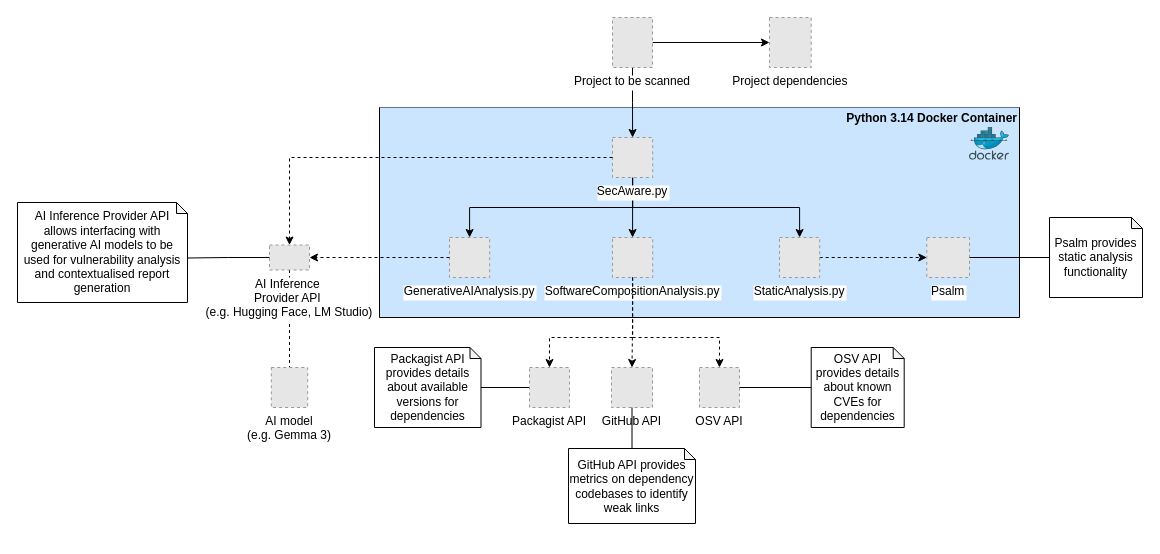
AlexWinder/SecAware keeps this draw.io diagram as docs/SecAware.drawio. Above is the earlier version. Source tidied: cells renumbered, new cells numbered last; positions are measured from the earlier drawing's top-left corner, leaving out a move shared by most shapes. Both pictures are drawn from the tidied source at 100%, with x=0, y=0 at pixel (17, 17). Pictures stored in the file or linked from it are replaced by grey dashed boxes.
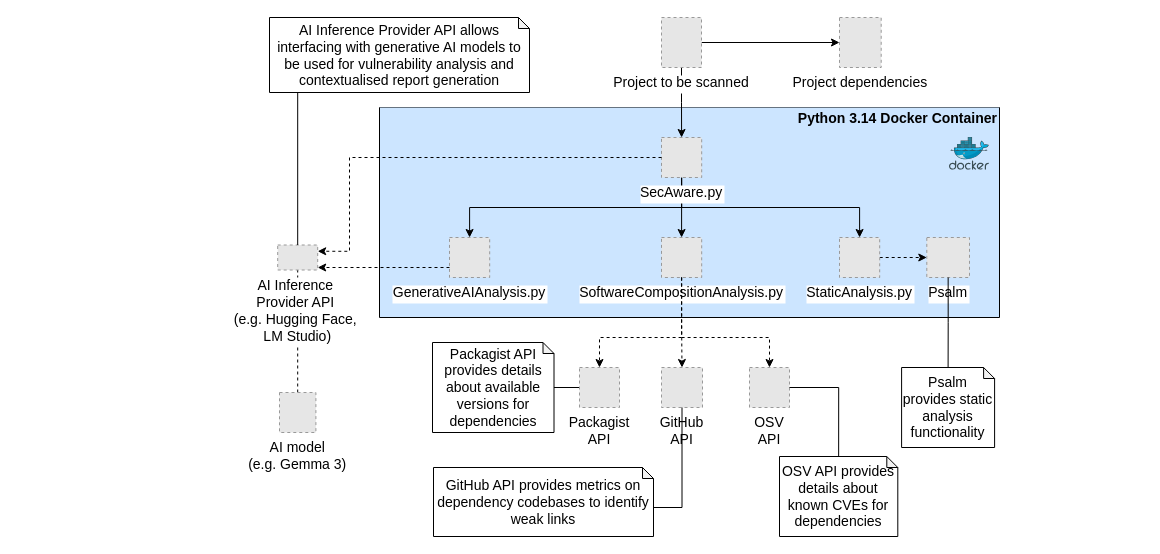
The same page after the edit.

Commit message (it also covers changes not shown here):
Adjusted architecture diagram to make text larger and more vertical

What changed in the source:
```diff
@@
+    <mxCell id="38" style="edgeStyle=orthogonalEdgeStyle;rounded=0;jettySize=auto;html=1;exitX=0.5;exitY=0;exitDx=0;exitDy=0;entryX=0.5;entryY=1;entryDx=0;entryDy=0;endArrow=none;endFill=0;dashed=1;" parent="1" edge="1" source="37" target="31">
+      <mxGeometry relative="1" as="geometry" />
+    </mxCell>
-    <mxCell id="2" value="Python 3.14 Docker Container" style="swimlane;startSize=0;spacingTop=20;align=right;fillStyle=solid;strokeColor=default;gradientColor=default;swimlaneFillColor=#CCE5FF;" parent="1" vertex="1">
-      <mxGeometry x="362" y="90" width="640" height="210" as="geometry" />
+    <mxCell id="2" value="Python 3.14 Docker Container" style="swimlane;startSize=0;spacingTop=20;align=right;fillStyle=solid;strokeColor=default;gradientColor=default;swimlaneFillColor=#CCE5FF;fontSize=14;" parent="1" vertex="1">
+      <mxGeometry x="362" y="90" width="620" height="210" as="geometry" />
     </mxCell>
     <mxCell id="3" style="image;sketch=0;html=1;align=center;fontSize=12;image=img/lib/mscae/Docker.svg;" parent="2" vertex="1">
-      <mxGeometry x="590" y="20" width="40" height="32.8" as="geometry" />
+      <mxGeometry x="570" y="30" width="40" height="32.8" as="geometry" />
     </mxCell>
@@
-    <mxCell id="7" value="SecAware.py" style="fillColor=#E6E6E6;strokeColor=#999999;dashed=1;verticalLabelPosition=bottom;labelBackgroundColor=default;verticalAlign=top;" parent="2" vertex="1">
-      <mxGeometry x="233" y="30" width="40.2" height="40" as="geometry" />
+    <mxCell id="7" value="SecAware.py" style="fillColor=#E6E6E6;strokeColor=#999999;dashed=1;verticalLabelPosition=bottom;labelBackgroundColor=default;verticalAlign=top;fontSize=14;" parent="2" vertex="1">
+      <mxGeometry x="282" y="30" width="40.2" height="40" as="geometry" />
     </mxCell>
-    <mxCell id="8" value="GenerativeAIAnalysis.py" style="fillColor=#E6E6E6;strokeColor=#999999;dashed=1;verticalLabelPosition=bottom;labelBackgroundColor=default;verticalAlign=top;" parent="2" vertex="1">
+    <mxCell id="8" value="GenerativeAIAnalysis.py" style="fillColor=#E6E6E6;strokeColor=#999999;dashed=1;verticalLabelPosition=bottom;labelBackgroundColor=default;verticalAlign=top;fontSize=14;" parent="2" vertex="1">
       <mxGeometry x="70" y="130" width="40.2" height="40" as="geometry" />
     </mxCell>
-    <mxCell id="9" value="SoftwareCompositionAnalysis.py" style="fillColor=#E6E6E6;strokeColor=#999999;dashed=1;verticalLabelPosition=bottom;labelBackgroundColor=default;verticalAlign=top;" parent="2" vertex="1">
-      <mxGeometry x="233" y="130" width="40.2" height="40" as="geometry" />
+    <mxCell id="9" value="SoftwareCompositionAnalysis.py" style="fillColor=#E6E6E6;strokeColor=#999999;dashed=1;verticalLabelPosition=bottom;labelBackgroundColor=default;verticalAlign=top;fontSize=14;" parent="2" vertex="1">
+      <mxGeometry x="282" y="130" width="40.2" height="40" as="geometry" />
     </mxCell>
@@
-    <mxCell id="11" value="StaticAnalysis.py" style="fillColor=#E6E6E6;strokeColor=#999999;dashed=1;verticalLabelPosition=bottom;labelBackgroundColor=default;verticalAlign=top;" parent="2" vertex="1">
-      <mxGeometry x="400" y="130" width="40.2" height="40" as="geometry" />
+    <mxCell id="11" value="StaticAnalysis.py" style="fillColor=#E6E6E6;strokeColor=#999999;dashed=1;verticalLabelPosition=bottom;labelBackgroundColor=default;verticalAlign=top;fontSize=14;" parent="2" vertex="1">
+      <mxGeometry x="460" y="130" width="40.2" height="40" as="geometry" />
     </mxCell>
-    <mxCell id="12" value="Psalm" style="fillColor=#E6E6E6;strokeColor=#999999;dashed=1;verticalLabelPosition=bottom;labelBackgroundColor=default;verticalAlign=top;" parent="2" vertex="1">
+    <mxCell id="12" value="Psalm" style="fillColor=#E6E6E6;strokeColor=#999999;dashed=1;verticalLabelPosition=bottom;labelBackgroundColor=default;verticalAlign=top;fontSize=14;labelPosition=center;align=center;" parent="2" vertex="1">
       <mxGeometry x="547.3" y="130" width="42.7" height="40" as="geometry" />
     </mxCell>
+    <mxCell id="25" style="edgeStyle=orthogonalEdgeStyle;rounded=0;jettySize=auto;html=1;exitX=0.5;exitY=1;exitDx=0;exitDy=0;entryX=0.5;entryY=0;entryDx=0;entryDy=0;entryPerimeter=0;endArrow=none;endFill=0;" parent="1" edge="1" source="12" target="24">
+      <mxGeometry relative="1" as="geometry" />
+    </mxCell>
+    <mxCell id="18" style="edgeStyle=orthogonalEdgeStyle;rounded=0;jettySize=auto;html=1;exitX=0.5;exitY=1;exitDx=0;exitDy=0;entryX=0.5;entryY=0;entryDx=0;entryDy=0;dashed=1;" parent="1" edge="1" source="9" target="17">
+      <mxGeometry relative="1" as="geometry" />
+    </mxCell>
@@
-    <mxCell id="15" value="Project to be scanned" style="fillColor=#E6E6E6;strokeColor=#999999;dashed=1;verticalLabelPosition=bottom;labelBackgroundColor=default;verticalAlign=top;" parent="1" vertex="1">
-      <mxGeometry x="595" width="40" height="50" as="geometry" />
+    <mxCell id="15" value="Project to be scanned" style="fillColor=#E6E6E6;strokeColor=#999999;dashed=1;verticalLabelPosition=bottom;labelBackgroundColor=default;verticalAlign=top;fontSize=14;" parent="1" vertex="1">
+      <mxGeometry x="644" width="40" height="50" as="geometry" />
     </mxCell>
-    <mxCell id="16" value="Project dependencies" style="fillColor=#E6E6E6;strokeColor=#999999;dashed=1;verticalLabelPosition=bottom;labelBackgroundColor=default;verticalAlign=top;" parent="1" vertex="1">
-      <mxGeometry x="752" width="41.7" height="50" as="geometry" />
+    <mxCell id="16" value="Project dependencies" style="fillColor=#E6E6E6;strokeColor=#999999;dashed=1;verticalLabelPosition=bottom;labelBackgroundColor=default;verticalAlign=top;fontSize=14;" parent="1" vertex="1">
+      <mxGeometry x="822" width="41.7" height="50" as="geometry" />
     </mxCell>
-    <mxCell id="17" value="GitHub API" style="fillColor=#E6E6E6;strokeColor=#999999;dashed=1;verticalLabelPosition=bottom;labelBackgroundColor=default;verticalAlign=top;" parent="1" vertex="1">
-      <mxGeometry x="594" y="350" width="41" height="40" as="geometry" />
+    <mxCell id="17" value="GitHub&#10;API" style="fillColor=#E6E6E6;strokeColor=#999999;dashed=1;verticalLabelPosition=bottom;labelBackgroundColor=default;verticalAlign=top;fontSize=14;labelPosition=center;align=center;" parent="1" vertex="1">
+      <mxGeometry x="644" y="350" width="41" height="40" as="geometry" />
     </mxCell>
-    <mxCell id="18" style="edgeStyle=orthogonalEdgeStyle;rounded=0;jettySize=auto;html=1;exitX=0.5;exitY=1;exitDx=0;exitDy=0;entryX=0.5;entryY=0;entryDx=0;entryDy=0;dashed=1;" parent="1" edge="1" source="9" target="17">
-      <mxGeometry relative="1" as="geometry" />
-    </mxCell>
@@
-    <mxCell id="20" value="Packagist API" style="fillColor=#E6E6E6;strokeColor=#999999;dashed=1;verticalLabelPosition=bottom;labelBackgroundColor=default;verticalAlign=top;" parent="1" vertex="1">
-      <mxGeometry x="512" y="350" width="40" height="40" as="geometry" />
+    <mxCell id="20" value="Packagist&#10;API" style="fillColor=#E6E6E6;strokeColor=#999999;dashed=1;verticalLabelPosition=bottom;labelBackgroundColor=default;verticalAlign=top;fontSize=14;" parent="1" vertex="1">
+      <mxGeometry x="562" y="350" width="40" height="40" as="geometry" />
     </mxCell>
-    <mxCell id="21" style="edgeStyle=orthogonalEdgeStyle;rounded=0;jettySize=auto;html=1;exitX=0.5;exitY=1;exitDx=0;exitDy=0;entryX=0.5;entryY=0;entryDx=0;entryDy=0;dashed=1;" parent="1" edge="1" source="9" target="20">
-      <mxGeometry relative="1" as="geometry">
-        <Array as="points">
-          <mxPoint x="615" y="320" />
-          <mxPoint x="532" y="320" />
-        </Array>
-      </mxGeometry>
-    </mxCell>
-    <mxCell id="22" value="OSV API" style="fillColor=#E6E6E6;strokeColor=#999999;dashed=1;verticalLabelPosition=bottom;labelBackgroundColor=default;verticalAlign=top;" parent="1" vertex="1">
-      <mxGeometry x="682" y="350" width="40" height="40" as="geometry" />
+    <mxCell id="22" value="OSV&#10;API" style="fillColor=#E6E6E6;strokeColor=#999999;dashed=1;verticalLabelPosition=bottom;labelBackgroundColor=default;verticalAlign=top;fontSize=14;" parent="1" vertex="1">
+      <mxGeometry x="732" y="350" width="40" height="40" as="geometry" />
     </mxCell>
-    <mxCell id="23" style="edgeStyle=orthogonalEdgeStyle;rounded=0;jettySize=auto;html=1;exitX=0.5;exitY=1;exitDx=0;exitDy=0;entryX=0.5;entryY=0;entryDx=0;entryDy=0;dashed=1;" parent="1" edge="1" source="9" target="22">
-      <mxGeometry relative="1" as="geometry">
-        <Array as="points">
-          <mxPoint x="615" y="320" />
-          <mxPoint x="702" y="320" />
-        </Array>
-      </mxGeometry>
-    </mxCell>
-    <mxCell id="24" value="Psalm provides static analysis functionality" style="shape=note;whiteSpace=wrap;html=1;backgroundOutline=1;darkOpacity=0.05;size=11;" parent="1" vertex="1">
-      <mxGeometry x="1032" y="200" width="93" height="80" as="geometry" />
+    <mxCell id="24" value="Psalm provides static analysis functionality" style="shape=note;whiteSpace=wrap;html=1;backgroundOutline=1;darkOpacity=0.05;size=11;fontSize=14;" parent="1" vertex="1">
+      <mxGeometry x="884.1" y="350" width="93" height="80" as="geometry" />
     </mxCell>
-    <mxCell id="25" style="edgeStyle=orthogonalEdgeStyle;rounded=0;jettySize=auto;html=1;exitX=1;exitY=0.5;exitDx=0;exitDy=0;entryX=0;entryY=0.5;entryDx=0;entryDy=0;entryPerimeter=0;endArrow=none;endFill=0;" parent="1" edge="1" source="12" target="24">
-      <mxGeometry relative="1" as="geometry" />
-    </mxCell>
-    <mxCell id="26" value="OSV API provides details about known CVEs for dependencies" style="shape=note;whiteSpace=wrap;html=1;backgroundOutline=1;darkOpacity=0.05;size=11;" parent="1" vertex="1">
-      <mxGeometry x="793.7" y="330" width="93" height="80" as="geometry" />
+    <mxCell id="26" value="OSV API provides details about known CVEs for dependencies" style="shape=note;whiteSpace=wrap;html=1;backgroundOutline=1;darkOpacity=0.05;size=11;fontSize=14;" parent="1" vertex="1">
+      <mxGeometry x="762" y="439" width="118.3" height="80" as="geometry" />
     </mxCell>
-    <mxCell id="27" style="edgeStyle=orthogonalEdgeStyle;rounded=0;jettySize=auto;html=1;exitX=1;exitY=0.5;exitDx=0;exitDy=0;entryX=0;entryY=0.5;entryDx=0;entryDy=0;entryPerimeter=0;endArrow=none;endFill=0;" parent="1" edge="1" source="22" target="26">
-      <mxGeometry relative="1" as="geometry" />
-    </mxCell>
-    <mxCell id="28" value="Packagist API provides details about available versions for dependencies" style="shape=note;whiteSpace=wrap;html=1;backgroundOutline=1;darkOpacity=0.05;size=11;" parent="1" vertex="1">
-      <mxGeometry x="357" y="330" width="106.5" height="80" as="geometry" />
+    <mxCell id="28" value="Packagist API provides details about available versions for dependencies" style="shape=note;whiteSpace=wrap;html=1;backgroundOutline=1;darkOpacity=0.05;size=11;fontSize=14;" parent="1" vertex="1">
+      <mxGeometry x="415" y="325" width="121.5" height="90" as="geometry" />
     </mxCell>
-    <mxCell id="29" value="GitHub API provides metrics on dependency codebases to identify weak links" style="shape=note;whiteSpace=wrap;html=1;backgroundOutline=1;darkOpacity=0.05;size=11;" parent="1" vertex="1">
-      <mxGeometry x="551" y="431" width="127" height="75" as="geometry" />
+    <mxCell id="29" value="GitHub API provides metrics on dependency codebases to identify weak links" style="shape=note;whiteSpace=wrap;html=1;backgroundOutline=1;darkOpacity=0.05;size=11;fontSize=14;" parent="1" vertex="1">
+      <mxGeometry x="416" y="450" width="220" height="69" as="geometry" />
     </mxCell>
-    <mxCell id="30" style="edgeStyle=orthogonalEdgeStyle;rounded=0;jettySize=auto;html=1;exitX=0.5;exitY=1;exitDx=0;exitDy=0;endArrow=none;endFill=0;dashed=1;" parent="1" edge="1" source="31" target="37">
-      <mxGeometry relative="1" as="geometry" />
-    </mxCell>
-    <mxCell id="31" value="AI Inference &#10;Provider API &#10;(e.g. Hugging Face, LM Studio)" style="fillColor=#E6E6E6;strokeColor=#999999;dashed=1;verticalLabelPosition=bottom;labelBackgroundColor=default;verticalAlign=top;" parent="1" vertex="1">
-      <mxGeometry x="252" y="227.5" width="40" height="25" as="geometry" />
+    <mxCell id="31" value="AI Inference &#10;Provider API &#10;(e.g. Hugging Face, &#10;LM Studio)" style="fillColor=#E6E6E6;strokeColor=#999999;dashed=1;verticalLabelPosition=bottom;labelBackgroundColor=default;verticalAlign=top;fontSize=14;" parent="1" vertex="1">
+      <mxGeometry x="260.2" y="227.5" width="40" height="25" as="geometry" />
     </mxCell>
+    <mxCell id="39" style="edgeStyle=orthogonalEdgeStyle;rounded=0;jettySize=auto;html=1;exitX=0.5;exitY=1;exitDx=0;exitDy=0;exitPerimeter=0;entryX=0.5;entryY=0;entryDx=0;entryDy=0;endArrow=none;endFill=0;" parent="1" edge="1" source="34" target="31">
+      <mxGeometry relative="1" as="geometry">
+        <Array as="points">
+          <mxPoint x="280" y="75" />
+        </Array>
+      </mxGeometry>
+    </mxCell>
+    <mxCell id="34" value="AI Inference Provider API allows interfacing with generative AI models to be used for vulnerability analysis and contextualised report generation" style="shape=note;whiteSpace=wrap;html=1;backgroundOutline=1;darkOpacity=0.05;size=11;fontSize=14;" parent="1" vertex="1">
+      <mxGeometry x="252" width="260" height="75" as="geometry" />
+    </mxCell>
+    <mxCell id="37" value="AI model&#10;(e.g. Gemma 3)" style="fillColor=#E6E6E6;strokeColor=#999999;dashed=1;verticalLabelPosition=bottom;labelBackgroundColor=default;verticalAlign=top;fontSize=14;labelPosition=center;align=center;" parent="1" vertex="1">
+      <mxGeometry x="262" y="375" width="36.4" height="40" as="geometry" />
+    </mxCell>
+    <mxCell id="21" style="edgeStyle=orthogonalEdgeStyle;rounded=0;jettySize=auto;html=1;exitX=0.5;exitY=1;exitDx=0;exitDy=0;entryX=0.5;entryY=0;entryDx=0;entryDy=0;dashed=1;" parent="1" edge="1" source="9" target="20">
+      <mxGeometry relative="1" as="geometry">
+        <Array as="points">
+          <mxPoint x="664" y="320" />
+          <mxPoint x="582" y="320" />
+        </Array>
+      </mxGeometry>
+    </mxCell>
+    <mxCell id="23" style="edgeStyle=orthogonalEdgeStyle;rounded=0;jettySize=auto;html=1;exitX=0.5;exitY=1;exitDx=0;exitDy=0;entryX=0.5;entryY=0;entryDx=0;entryDy=0;dashed=1;" parent="1" edge="1" source="9" target="22">
+      <mxGeometry relative="1" as="geometry">
+        <Array as="points">
+          <mxPoint x="664" y="320" />
+          <mxPoint x="752" y="320" />
+        </Array>
+      </mxGeometry>
+    </mxCell>
+    <mxCell id="35" style="edgeStyle=orthogonalEdgeStyle;rounded=0;jettySize=auto;html=1;exitX=0.5;exitY=1;exitDx=0;exitDy=0;entryX=0;entryY=0;entryDx=220;entryDy=40;entryPerimeter=0;endArrow=none;endFill=0;" parent="1" edge="1" source="17" target="29">
+      <mxGeometry relative="1" as="geometry" />
+    </mxCell>
+    <mxCell id="27" style="edgeStyle=orthogonalEdgeStyle;rounded=0;jettySize=auto;html=1;exitX=1;exitY=0.5;exitDx=0;exitDy=0;entryX=0.5;entryY=0;entryDx=0;entryDy=0;entryPerimeter=0;endArrow=none;endFill=0;" parent="1" edge="1" source="22" target="26">
+      <mxGeometry relative="1" as="geometry" />
+    </mxCell>
-    <mxCell id="32" style="edgeStyle=orthogonalEdgeStyle;rounded=0;jettySize=auto;html=1;exitX=0;exitY=0.5;exitDx=0;exitDy=0;entryX=0.5;entryY=0;entryDx=0;entryDy=0;dashed=1;" parent="1" edge="1" source="7" target="31">
-      <mxGeometry relative="1" as="geometry" />
+    <mxCell id="32" style="edgeStyle=orthogonalEdgeStyle;rounded=0;jettySize=auto;html=1;exitX=0;exitY=0.5;exitDx=0;exitDy=0;entryX=1;entryY=0.25;entryDx=0;entryDy=0;dashed=1;endArrow=classic;endFill=1;" parent="1" edge="1" source="7" target="31">
+      <mxGeometry relative="1" as="geometry">
+        <Array as="points">
+          <mxPoint x="332" y="140" />
+          <mxPoint x="332" y="234" />
+        </Array>
+      </mxGeometry>
     </mxCell>
-    <mxCell id="33" style="edgeStyle=orthogonalEdgeStyle;rounded=0;jettySize=auto;html=1;exitX=0;exitY=0.5;exitDx=0;exitDy=0;entryX=1;entryY=0.5;entryDx=0;entryDy=0;dashed=1;" parent="1" edge="1" source="8" target="31">
-      <mxGeometry relative="1" as="geometry" />
+    <mxCell id="33" style="edgeStyle=orthogonalEdgeStyle;rounded=0;jettySize=auto;html=1;exitX=0;exitY=0.75;exitDx=0;exitDy=0;dashed=1;" parent="1" edge="1" source="8" target="31">
+      <mxGeometry relative="1" as="geometry">
+        <Array as="points">
+          <mxPoint x="312" y="250" />
+          <mxPoint x="312" y="250" />
+        </Array>
+      </mxGeometry>
     </mxCell>
-    <mxCell id="34" value="AI Inference Provider API allows interfacing with generative AI models to be used for vulnerability analysis and contextualised report generation" style="shape=note;whiteSpace=wrap;html=1;backgroundOutline=1;darkOpacity=0.05;size=11;" parent="1" vertex="1">
-      <mxGeometry y="185" width="170" height="100" as="geometry" />
-    </mxCell>
-    <mxCell id="35" style="edgeStyle=orthogonalEdgeStyle;rounded=0;jettySize=auto;html=1;exitX=0.5;exitY=1;exitDx=0;exitDy=0;entryX=0.5;entryY=0;entryDx=0;entryDy=0;entryPerimeter=0;endArrow=none;endFill=0;" parent="1" edge="1" source="17" target="29">
-      <mxGeometry relative="1" as="geometry" />
-    </mxCell>
-    <mxCell id="36" style="edgeStyle=orthogonalEdgeStyle;rounded=0;jettySize=auto;html=1;exitX=0;exitY=0.5;exitDx=0;exitDy=0;entryX=0;entryY=0;entryDx=170;entryDy=55.5;entryPerimeter=0;endArrow=none;endFill=0;" parent="1" edge="1" source="31" target="34">
-      <mxGeometry relative="1" as="geometry" />
-    </mxCell>
-    <mxCell id="37" value="AI model&#10;(e.g. Gemma 3)" style="fillColor=#E6E6E6;strokeColor=#999999;dashed=1;verticalLabelPosition=bottom;labelBackgroundColor=default;verticalAlign=top;" parent="1" vertex="1">
-      <mxGeometry x="253.8" y="350" width="36.4" height="40" as="geometry" />
-    </mxCell>
```
